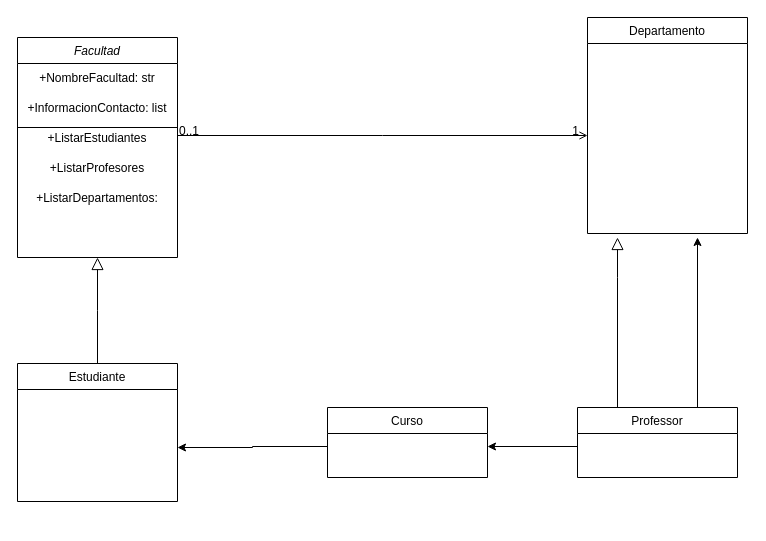
The draw.io diagram Diagrama sin título.drawio in AgustinG178/pa_2025c1_practica, before the edit. Source tidied: cells renumbered, new cells numbered last; positions are measured from the earlier drawing's top-left corner, leaving out a move shared by most shapes. Both pictures are drawn from the tidied source at 100%, with x=0, y=0 at pixel (17, 17).
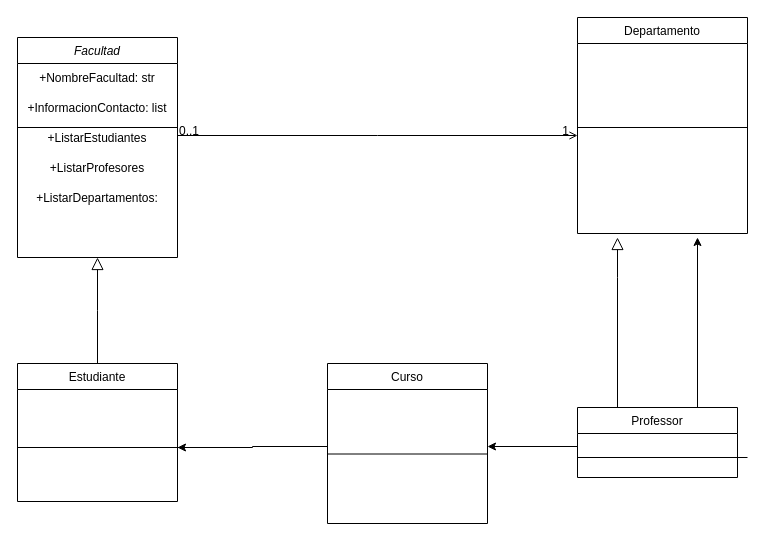
Above is the later version.

The change refers to these unchanged cells:
```xml
<mxCell id="9" value="Estudiante" style="swimlane;fontStyle=0;align=center;verticalAlign=top;horizontal=1;startSize=26;rounded=0;shadow=0;strokeWidth=1;" parent="1" vertex="1">
  <mxGeometry y="346" width="160" height="138" as="geometry" />
</mxCell>
<mxCell id="12" value="Professor" style="swimlane;fontStyle=0;align=center;verticalAlign=top;horizontal=1;startSize=26;rounded=0;shadow=0;strokeWidth=1;" parent="1" vertex="1">
  <mxGeometry x="560" y="390" width="160" height="70" as="geometry" />
</mxCell>
```

What changed in the source:
```diff
@@
+    <mxCell id="21" style="edgeStyle=none;orthogonalLoop=1;jettySize=auto;html=1;rounded=0;endArrow=none;startFill=0;" parent="9" edge="1">
+      <mxGeometry relative="1" as="geometry">
+        <mxPoint y="84" as="sourcePoint" />
+        <mxPoint x="170" y="84" as="targetPoint" />
+      </mxGeometry>
+    </mxCell>
@@
+    <mxCell id="22" style="edgeStyle=none;orthogonalLoop=1;jettySize=auto;html=1;rounded=0;endArrow=none;startFill=0;" parent="12" edge="1">
+      <mxGeometry relative="1" as="geometry">
+        <mxPoint y="50" as="sourcePoint" />
+        <mxPoint x="170" y="50" as="targetPoint" />
+      </mxGeometry>
+    </mxCell>
@@
     <mxCell id="14" value="Departamento" style="swimlane;fontStyle=0;align=center;verticalAlign=top;horizontal=1;startSize=26;rounded=0;shadow=0;strokeWidth=1;" parent="1" vertex="1">
-      <mxGeometry x="570" width="160" height="216" as="geometry" />
+      <mxGeometry x="560" width="170" height="216" as="geometry" />
     </mxCell>
+    <mxCell id="23" style="edgeStyle=none;orthogonalLoop=1;jettySize=auto;html=1;rounded=0;endArrow=none;startFill=0;" parent="14" edge="1">
+      <mxGeometry relative="1" as="geometry">
+        <mxPoint y="110" as="sourcePoint" />
+        <mxPoint x="170" y="110" as="targetPoint" />
+      </mxGeometry>
+    </mxCell>
@@
     <mxCell id="18" value="Curso" style="swimlane;fontStyle=0;align=center;verticalAlign=top;horizontal=1;startSize=26;rounded=0;shadow=0;strokeWidth=1;" parent="1" vertex="1">
-      <mxGeometry x="310" y="390" width="160" height="70" as="geometry" />
+      <mxGeometry x="310" y="346" width="160" height="160" as="geometry" />
     </mxCell>
+    <mxCell id="24" style="edgeStyle=none;orthogonalLoop=1;jettySize=auto;html=1;rounded=0;endArrow=none;startFill=0;" parent="18" edge="1">
+      <mxGeometry relative="1" as="geometry">
+        <mxPoint y="90.5" as="sourcePoint" />
+        <mxPoint x="160" y="90.5" as="targetPoint" />
+      </mxGeometry>
+    </mxCell>
```
